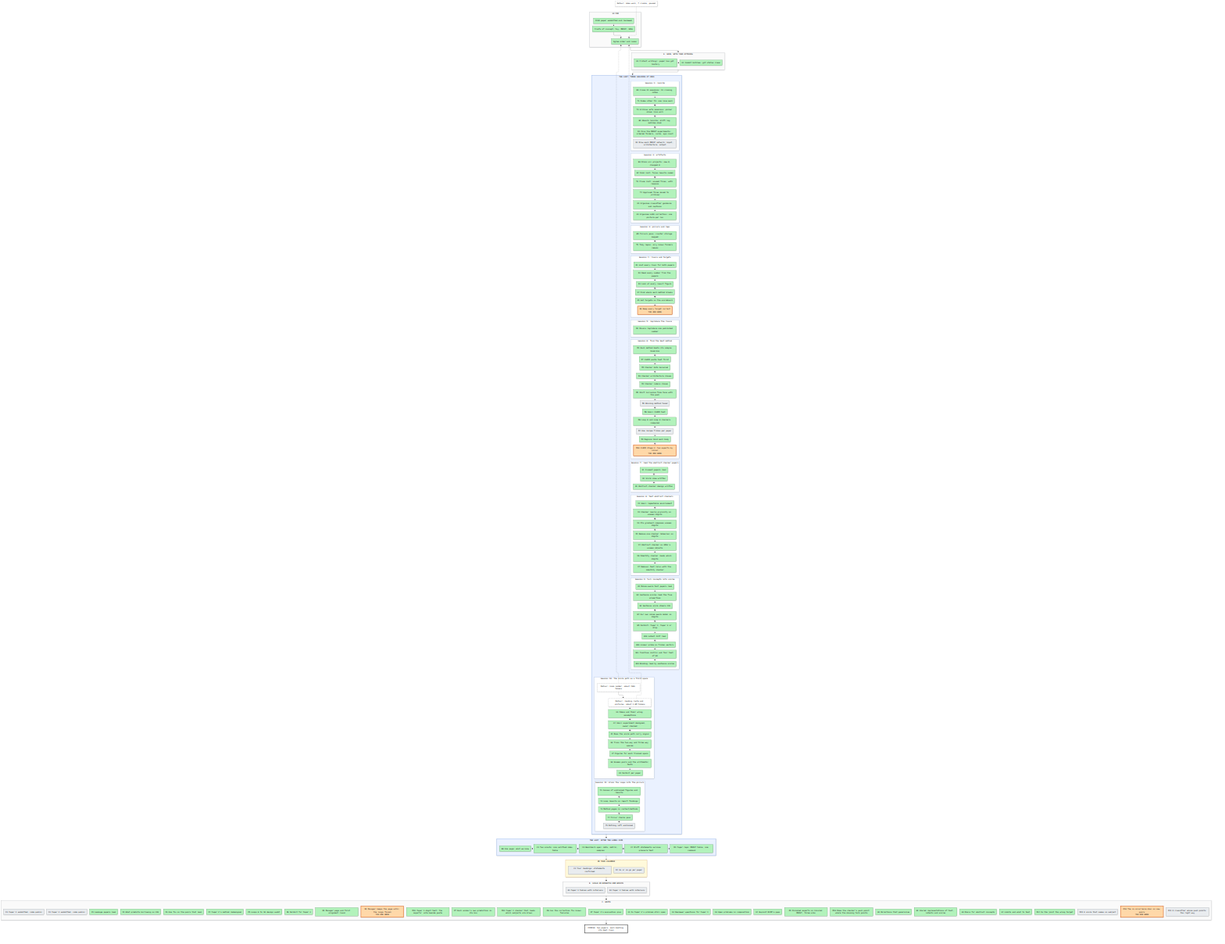
The Mermaid diagram artifacts/notes/progress/map.png in mo-rsa24/concept-composition, before a commit. Its source is kept beside it as artifacts/notes/progress/map.mmd.
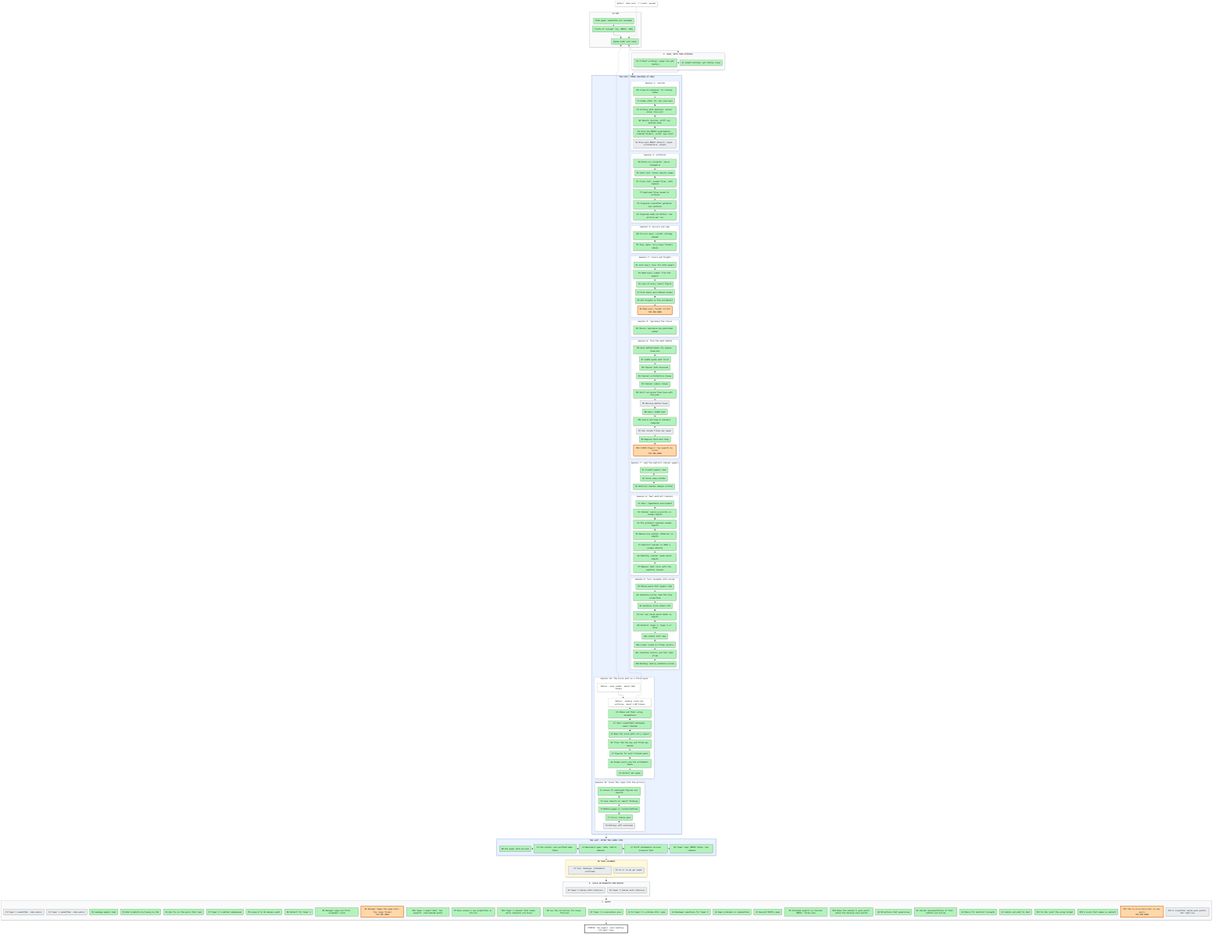
After the commit.

Change to the diagram source:
```diff
@@ -74,7 +74,7 @@
   end
   subgraph SF["F. WRITE"]
     direction LR
-    F1["F1 Paper 1 submitted, code public"]:::todo ~~~ F2["F2 Paper 2 submitted, code public"]:::todo ~~~ Z1["Z1 Leakage papers read"]:::done ~~~ Z2["Z2 What predicts borrowing on CO3"]:::done ~~~ Z3["Z3 One fix on the pairs that leak"]:::done ~~~ Z4["Z4 Paper 2's method redesigned"]:::done ~~~ Z5["Z5 Loops 8 to 10 design audit"]:::done ~~~ Z6["Z6 Verdict for Paper 2"]:::done ~~~ N1["N1 Manager page and first alignment round"]:::done ~~~ N2["N2 Manager keeps the page until the loops finish<br/>YOU ARE HERE"]:::doing ~~~ M11["M11 Paper 1 digit test: the experts' vote beside paste"]:::done ~~~ Z7["Z7 Each animal's own prediction in its box"]:::done ~~~ M12["M12 Paper 2 checker that reads which subjects are drawn"]:::done ~~~ Z8["Z8 Can the correction fix known failures"]:::done ~~~ K7["K7 Paper 1's evaluation plan"]:::done ~~~ G1["G1 Is Paper 2's problem still open"]:::done ~~~ G2["G2 Reviewer questions for Paper 1"]:::done ~~~ G3["G3 Open problems in composition"]:::done ~~~ G4["G4 Exploit DCFM's gaps"]:::done ~~~ Z9["Z9 Finished experts on Colored MNIST, three arms"]:::done ~~~ M13["M13 Does the checker's push point where the missing term points"]:::done ~~~ H1["H1 Directions that generalise"]:::done ~~~ H2["H2 Shared representations of text, latents and scores"]:::done ~~~ H3["H3 Dials for abstract concepts"]:::done ~~~ H4["H4 Limits and what to test"]:::done ~~~ M14["M14 Is the joint the wrong target"]:::done ~~~ M15["M15 A score that names no subject"]:::todo ~~~ Z10["Z10 The co-occurrence dial on new pairs<br/>YOU ARE HERE"]:::doing ~~~ Z11["Z11 A classifier whose push points the right way"]:::todo
+    F1["F1 Paper 1 submitted, code public"]:::todo ~~~ F2["F2 Paper 2 submitted, code public"]:::todo ~~~ Z1["Z1 Leakage papers read"]:::done ~~~ Z2["Z2 What predicts borrowing on CO3"]:::done ~~~ Z3["Z3 One fix on the pairs that leak"]:::done ~~~ Z4["Z4 Paper 2's method redesigned"]:::done ~~~ Z5["Z5 Loops 8 to 10 design audit"]:::done ~~~ Z6["Z6 Verdict for Paper 2"]:::done ~~~ N1["N1 Manager page and first alignment round"]:::done ~~~ N2["N2 Manager keeps the page until the loops finish<br/>YOU ARE HERE"]:::doing ~~~ M11["M11 Paper 1 digit test: the experts' vote beside paste"]:::done ~~~ Z7["Z7 Each animal's own prediction in its box"]:::done ~~~ M12["M12 Paper 2 checker that reads which subjects are drawn"]:::done ~~~ Z8["Z8 Can the correction fix known failures"]:::done ~~~ K7["K7 Paper 1's evaluation plan"]:::done ~~~ G1["G1 Is Paper 2's problem still open"]:::done ~~~ G2["G2 Reviewer questions for Paper 1"]:::done ~~~ G3["G3 Open problems in composition"]:::done ~~~ G4["G4 Exploit DCFM's gaps"]:::done ~~~ Z9["Z9 Finished experts on Colored MNIST, three arms"]:::done ~~~ M13["M13 Does the checker's push point where the missing term points"]:::done ~~~ H1["H1 Directions that generalise"]:::done ~~~ H2["H2 Shared representations of text, latents and scores"]:::done ~~~ H3["H3 Dials for abstract concepts"]:::done ~~~ H4["H4 Limits and what to test"]:::done ~~~ M14["M14 Is the joint the wrong target"]:::done ~~~ M15["M15 A score that names no subject"]:::done ~~~ Z10["Z10 The co-occurrence dial on new pairs<br/>YOU ARE HERE"]:::doing ~~~ Z11["Z11 A classifier whose push points the right way"]:::todo
   end
   GOAL["FINISH: two papers, each beating its best rival"]:::goal
   X0["Detour: idea walk, 7 claims, paused"]:::detour -.-> P2
```
